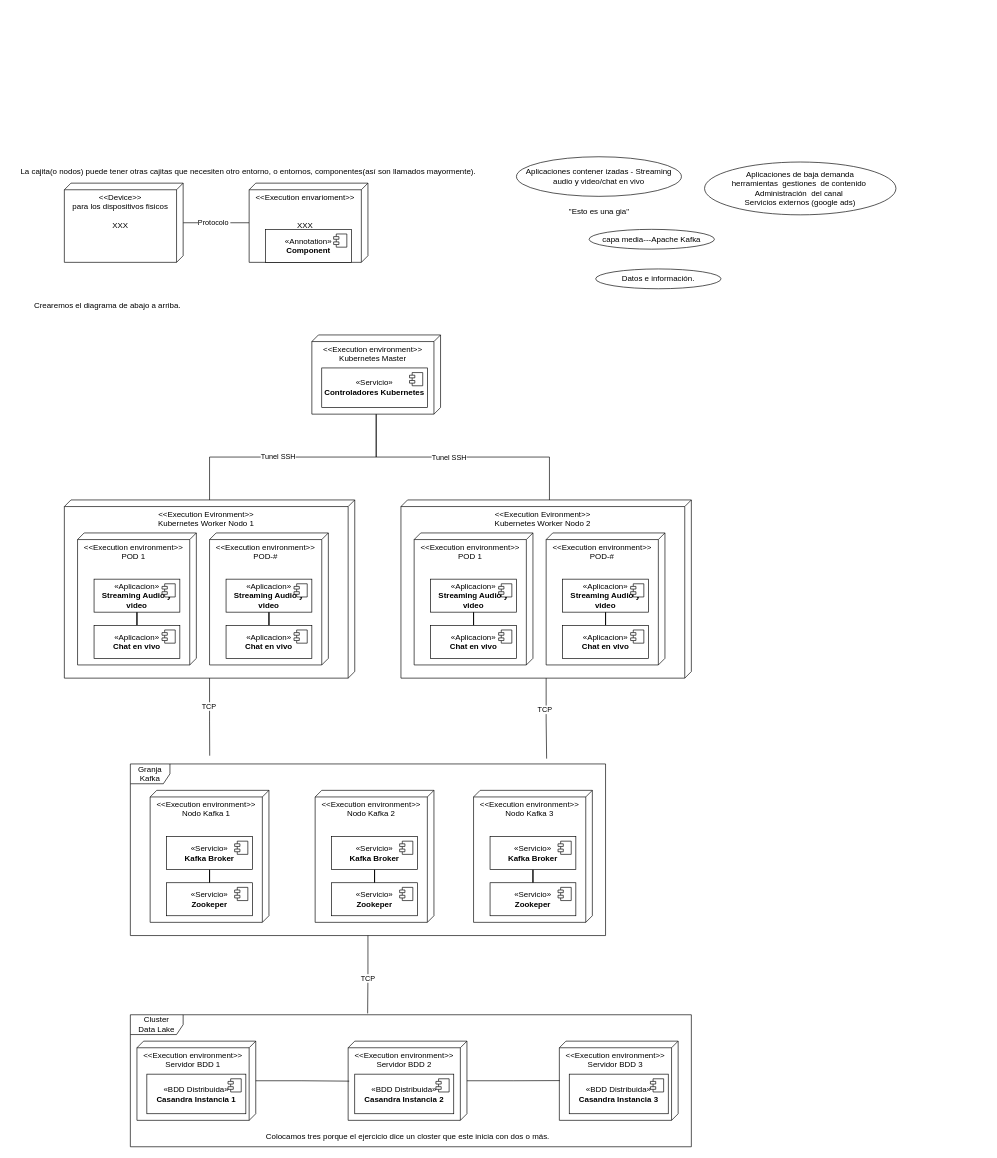
Earlier version of the draw.io diagram Untitled Diagram.drawio (Mundrack/Diagramas-DrawIO). Source tidied: cells renumbered, new cells numbered last; positions are measured from the earlier drawing's top-left corner, leaving out a move shared by most shapes. Both pictures are drawn from the tidied source at 66%, with x=0, y=0 at pixel (11, 156).
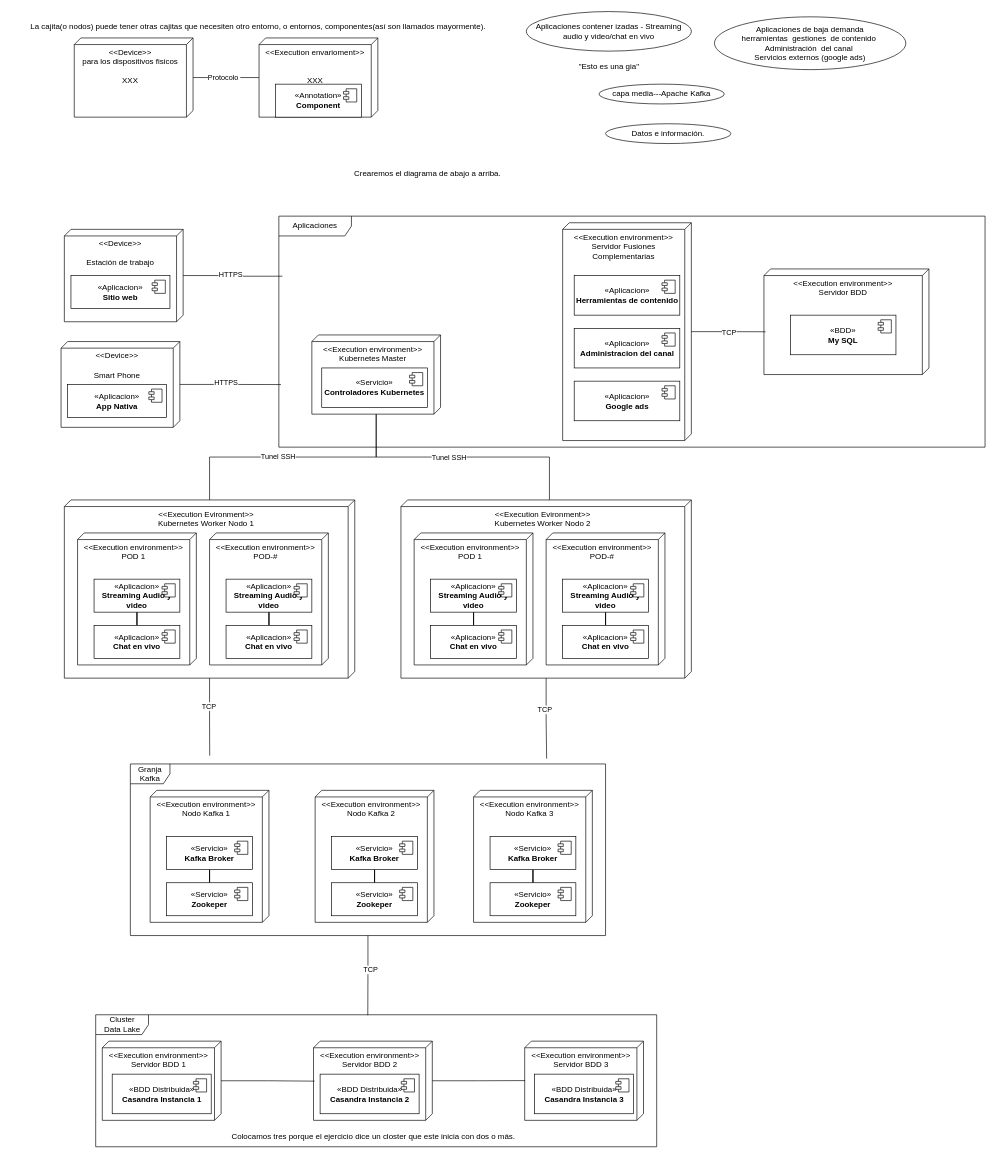
The same page after the edit.

Unchanged cells that the change refers to:
```xml
<mxCell id="45" value="Granja Kafka" style="shape=umlFrame;whiteSpace=wrap;html=1;" parent="1" vertex="1">
  <mxGeometry x="180" y="920" width="720" height="260" as="geometry" />
</mxCell>
```

What changed in the source:
```diff
@@
     <mxCell id="4" value="&amp;lt;&amp;lt;Device&amp;gt;&amp;gt;&lt;div&gt;para los dispositivos fisicos&lt;/div&gt;&lt;div&gt;&lt;br&gt;&lt;/div&gt;&lt;div&gt;XXX&lt;/div&gt;&lt;div&gt;&lt;br&gt;&lt;/div&gt;" style="verticalAlign=top;align=center;spacingTop=8;spacingLeft=2;spacingRight=12;shape=cube;size=10;direction=south;fontStyle=0;html=1;whiteSpace=wrap;" parent="1" vertex="1">
-      <mxGeometry x="80" y="40" width="180" height="120" as="geometry" />
+      <mxGeometry x="95" y="-180" width="180" height="120" as="geometry" />
     </mxCell>
     <mxCell id="5" value="&amp;lt;&amp;lt;Execution envarioment&amp;gt;&amp;gt;&lt;div&gt;&lt;br&gt;&lt;/div&gt;&lt;div&gt;&lt;br&gt;&lt;/div&gt;&lt;div&gt;XXX&lt;/div&gt;" style="verticalAlign=top;align=center;spacingTop=8;spacingLeft=2;spacingRight=12;shape=cube;size=10;direction=south;fontStyle=0;html=1;whiteSpace=wrap;" parent="1" vertex="1">
-      <mxGeometry x="360" y="40" width="180" height="120" as="geometry" />
+      <mxGeometry x="375" y="-180" width="180" height="120" as="geometry" />
     </mxCell>
     <mxCell id="6" value="La cajita(o nodos) puede tener otras cajitas que necesiten otro entorno, o entornos, componentes(así son llamados mayormente).&amp;nbsp;" style="text;html=1;align=center;verticalAlign=middle;strokeColor=none;fillColor=none;" parent="1" vertex="1">
-      <mxGeometry y="8" width="720" height="30" as="geometry" />
+      <mxGeometry x="15" y="-212" width="720" height="30" as="geometry" />
     </mxCell>
     <mxCell id="7" value="&amp;laquo;Annotation&amp;raquo;&lt;br/&gt;&lt;b&gt;Component&lt;/b&gt;" style="html=1;whiteSpace=wrap;" parent="1" vertex="1">
-      <mxGeometry x="385" y="110" width="130" height="50" as="geometry" />
+      <mxGeometry x="400" y="-110" width="130" height="50" as="geometry" />
     </mxCell>
@@
     <mxCell id="9" value="Datos e información." style="ellipse;whiteSpace=wrap;html=1;" parent="1" vertex="1">
-      <mxGeometry x="885" y="170" width="190" height="30" as="geometry" />
+      <mxGeometry x="900" y="-50" width="190" height="30" as="geometry" />
     </mxCell>
     <mxCell id="10" value="capa media---Apache Kafka" style="ellipse;whiteSpace=wrap;html=1;" parent="1" vertex="1">
-      <mxGeometry x="875" y="110" width="190" height="30" as="geometry" />
+      <mxGeometry x="890" y="-110" width="190" height="30" as="geometry" />
     </mxCell>
     <mxCell id="11" value="Aplicaciones contener izadas - Streaming audio y video/chat en vivo" style="ellipse;whiteSpace=wrap;html=1;" parent="1" vertex="1">
-      <mxGeometry x="765" width="250" height="60" as="geometry" />
+      <mxGeometry x="780" y="-220" width="250" height="60" as="geometry" />
     </mxCell>
     <mxCell id="12" value="Aplicaciones de baja demanda&lt;div&gt;herramientas&amp;nbsp; gestiones&amp;nbsp; de contenido&amp;nbsp;&lt;/div&gt;&lt;div&gt;Administración&amp;nbsp; del canal&amp;nbsp;&lt;/div&gt;&lt;div&gt;Servicios externos (google ads)&lt;/div&gt;" style="ellipse;whiteSpace=wrap;html=1;" parent="1" vertex="1">
-      <mxGeometry x="1050" y="8" width="290" height="80" as="geometry" />
+      <mxGeometry x="1065" y="-212" width="290" height="80" as="geometry" />
     </mxCell>
     <mxCell id="13" value="Crearemos el diagrama de abajo a arriba." style="text;html=1;align=center;verticalAlign=middle;strokeColor=none;fillColor=none;" parent="1" vertex="1">
-      <mxGeometry x="20" y="210" width="250" height="30" as="geometry" />
+      <mxGeometry x="505" y="10" width="250" height="30" as="geometry" />
     </mxCell>
     <mxCell id="14" value="&amp;lt;&amp;lt;Execution environment&amp;gt;&amp;gt;&lt;div&gt;&lt;div&gt;Servidor BDD 1&lt;/div&gt;&lt;/div&gt;" style="verticalAlign=top;align=center;spacingTop=8;spacingLeft=2;spacingRight=12;shape=cube;size=10;direction=south;fontStyle=0;html=1;whiteSpace=wrap;" parent="1" vertex="1">
-      <mxGeometry x="190" y="1340" width="180" height="120" as="geometry" />
+      <mxGeometry x="137.5" y="1340" width="180" height="120" as="geometry" />
     </mxCell>
     <mxCell id="15" value="«BDD Distribuida»&lt;br&gt;&lt;b&gt;Casandra Instancia 1&lt;/b&gt;" style="html=1;whiteSpace=wrap;" parent="1" vertex="1">
-      <mxGeometry x="205" y="1390" width="150" height="60" as="geometry" />
+      <mxGeometry x="152.5" y="1390" width="150" height="60" as="geometry" />
     </mxCell>
@@
     <mxCell id="17" value="&amp;lt;&amp;lt;Execution environment&amp;gt;&amp;gt;&lt;div&gt;&lt;div&gt;Servidor BDD 2&lt;/div&gt;&lt;/div&gt;" style="verticalAlign=top;align=center;spacingTop=8;spacingLeft=2;spacingRight=12;shape=cube;size=10;direction=south;fontStyle=0;html=1;whiteSpace=wrap;" parent="1" vertex="1">
-      <mxGeometry x="510" y="1340" width="180" height="120" as="geometry" />
+      <mxGeometry x="457.5" y="1340" width="180" height="120" as="geometry" />
     </mxCell>
     <mxCell id="18" value="«BDD Distribuida»&lt;br&gt;&lt;b&gt;Casandra Instancia 2&lt;/b&gt;" style="html=1;whiteSpace=wrap;" parent="1" vertex="1">
-      <mxGeometry x="520" y="1390" width="150" height="60" as="geometry" />
+      <mxGeometry x="467.5" y="1390" width="150" height="60" as="geometry" />
     </mxCell>
@@
     <mxCell id="20" value="&amp;lt;&amp;lt;Execution environment&amp;gt;&amp;gt;&lt;div&gt;&lt;div&gt;Servidor BDD 3&lt;/div&gt;&lt;/div&gt;" style="verticalAlign=top;align=center;spacingTop=8;spacingLeft=2;spacingRight=12;shape=cube;size=10;direction=south;fontStyle=0;html=1;whiteSpace=wrap;" parent="1" vertex="1">
-      <mxGeometry x="830" y="1340" width="180" height="120" as="geometry" />
+      <mxGeometry x="777.5" y="1340" width="180" height="120" as="geometry" />
     </mxCell>
     <mxCell id="21" value="«BDD Distribuida»&lt;br&gt;&lt;b&gt;Casandra Instancia 3&lt;/b&gt;" style="html=1;whiteSpace=wrap;" parent="1" vertex="1">
-      <mxGeometry x="845" y="1390" width="150" height="60" as="geometry" />
+      <mxGeometry x="792.5" y="1390" width="150" height="60" as="geometry" />
     </mxCell>
@@
     <mxCell id="25" value="Colocamos tres porque el ejercicio dice un closter que este inicia con dos o más." style="text;html=1;align=center;verticalAlign=middle;strokeColor=none;fillColor=none;" parent="1" vertex="1">
-      <mxGeometry x="375" y="1470" width="450" height="30" as="geometry" />
+      <mxGeometry x="322.5" y="1470" width="450" height="30" as="geometry" />
     </mxCell>
     <mxCell id="26" value="Cluster&lt;div&gt;Data Lake&lt;/div&gt;" style="shape=umlFrame;whiteSpace=wrap;html=1;width=80;height=30;" parent="1" vertex="1">
-      <mxGeometry x="180" y="1300" width="850" height="200" as="geometry" />
+      <mxGeometry x="127.5" y="1300" width="850" height="200" as="geometry" />
     </mxCell>
@@
-    <mxCell id="46" style="edgeStyle=orthogonalEdgeStyle;rounded=0;jettySize=auto;html=1;entryX=0.423;entryY=-0.01;entryDx=0;entryDy=0;entryPerimeter=0;endArrow=none;endFill=0;" parent="1" edge="1" source="45" target="26">
-      <mxGeometry relative="1" as="geometry" />
-    </mxCell>
-    <mxCell id="47" value="TCP" style="edgeLabel;html=1;align=center;verticalAlign=middle;" parent="46" vertex="1">
-      <mxGeometry x="0.09" relative="1" as="geometry" />
-    </mxCell>
@@
     <mxCell id="81" value="&quot;Esto es una gia&quot;" style="text;html=1;align=center;verticalAlign=middle;strokeColor=none;fillColor=none;" parent="1" vertex="1">
-      <mxGeometry x="835" y="68" width="110" height="30" as="geometry" />
+      <mxGeometry x="850" y="-152" width="110" height="30" as="geometry" />
     </mxCell>
@@
+    <mxCell id="86" value="&amp;lt;&amp;lt;Execution environment&amp;gt;&amp;gt;&lt;div&gt;Servidor Fusiones Complementarias&lt;/div&gt;&lt;div&gt;&lt;br&gt;&lt;/div&gt;" style="verticalAlign=top;align=center;spacingTop=8;spacingLeft=2;spacingRight=12;shape=cube;size=10;direction=south;fontStyle=0;html=1;whiteSpace=wrap;" parent="1" vertex="1">
+      <mxGeometry x="835" y="100" width="195" height="330" as="geometry" />
+    </mxCell>
+    <mxCell id="87" value="«Aplicacion»&lt;br&gt;&lt;b&gt;Herramientas de contenido&lt;/b&gt;" style="html=1;whiteSpace=wrap;" parent="1" vertex="1">
+      <mxGeometry x="852.5" y="180" width="160" height="60" as="geometry" />
+    </mxCell>
+    <mxCell id="88" style="shape=module;jettyWidth=8;jettyHeight=4;" parent="87" vertex="1">
+      <mxGeometry x="1" width="20" height="20" relative="1" as="geometry">
+        <mxPoint x="-27" y="7" as="offset" />
+      </mxGeometry>
+    </mxCell>
+    <mxCell id="89" value="«Aplicacion»&lt;br&gt;&lt;b&gt;Administracion del canal&lt;/b&gt;" style="html=1;whiteSpace=wrap;" parent="1" vertex="1">
+      <mxGeometry x="852.5" y="260" width="160" height="60" as="geometry" />
+    </mxCell>
+    <mxCell id="90" style="shape=module;jettyWidth=8;jettyHeight=4;" parent="89" vertex="1">
+      <mxGeometry x="1" width="20" height="20" relative="1" as="geometry">
+        <mxPoint x="-27" y="7" as="offset" />
+      </mxGeometry>
+    </mxCell>
+    <mxCell id="91" value="«Aplicacion»&lt;br&gt;&lt;b&gt;Google ads&lt;/b&gt;" style="html=1;whiteSpace=wrap;" parent="1" vertex="1">
+      <mxGeometry x="852.5" y="340" width="160" height="60" as="geometry" />
+    </mxCell>
+    <mxCell id="92" style="shape=module;jettyWidth=8;jettyHeight=4;" parent="91" vertex="1">
+      <mxGeometry x="1" width="20" height="20" relative="1" as="geometry">
+        <mxPoint x="-27" y="7" as="offset" />
+      </mxGeometry>
+    </mxCell>
+    <mxCell id="93" value="&amp;lt;&amp;lt;Execution environment&amp;gt;&amp;gt;&lt;div&gt;Servidor BDD&lt;/div&gt;" style="verticalAlign=top;align=center;spacingTop=8;spacingLeft=2;spacingRight=12;shape=cube;size=10;direction=south;fontStyle=0;html=1;whiteSpace=wrap;" parent="1" vertex="1">
+      <mxGeometry x="1140" y="170" width="250" height="160" as="geometry" />
+    </mxCell>
+    <mxCell id="94" value="«BDD»&lt;br&gt;&lt;b&gt;My SQL&lt;/b&gt;" style="html=1;whiteSpace=wrap;" parent="1" vertex="1">
+      <mxGeometry x="1180" y="240" width="160" height="60" as="geometry" />
+    </mxCell>
+    <mxCell id="95" style="shape=module;jettyWidth=8;jettyHeight=4;" parent="94" vertex="1">
+      <mxGeometry x="1" width="20" height="20" relative="1" as="geometry">
+        <mxPoint x="-27" y="7" as="offset" />
+      </mxGeometry>
+    </mxCell>
+    <mxCell id="96" style="edgeStyle=orthogonalEdgeStyle;rounded=0;jettySize=auto;html=1;entryX=0.595;entryY=0.99;entryDx=0;entryDy=0;entryPerimeter=0;endArrow=none;endFill=0;" parent="1" edge="1" source="86" target="93">
+      <mxGeometry relative="1" as="geometry" />
+    </mxCell>
+    <mxCell id="97" value="TCP" style="edgeLabel;html=1;align=center;verticalAlign=middle;" parent="96" vertex="1">
+      <mxGeometry x="0.01" y="-1" relative="1" as="geometry" />
+    </mxCell>
+    <mxCell id="98" value="&amp;lt;&amp;lt;Device&amp;gt;&amp;gt;&lt;div&gt;&lt;br&gt;&lt;/div&gt;&lt;div&gt;Estación de trabajo&lt;/div&gt;&lt;div&gt;&lt;br&gt;&lt;/div&gt;" style="verticalAlign=top;align=center;spacingTop=8;spacingLeft=2;spacingRight=12;shape=cube;size=10;direction=south;fontStyle=0;html=1;whiteSpace=wrap;" parent="1" vertex="1">
+      <mxGeometry x="80" y="110" width="180" height="140" as="geometry" />
+    </mxCell>
+    <mxCell id="99" value="Aplicaciones" style="shape=umlFrame;whiteSpace=wrap;html=1;width=110;height=30;" parent="1" vertex="1">
+      <mxGeometry x="405" y="90" width="1070" height="350" as="geometry" />
+    </mxCell>
+    <mxCell id="100" value="&amp;lt;&amp;lt;Device&amp;gt;&amp;gt;&lt;div&gt;&lt;br&gt;&lt;/div&gt;&lt;div&gt;Smart Phone&lt;/div&gt;&lt;div&gt;&lt;br&gt;&lt;/div&gt;" style="verticalAlign=top;align=center;spacingTop=8;spacingLeft=2;spacingRight=12;shape=cube;size=10;direction=south;fontStyle=0;html=1;whiteSpace=wrap;" parent="1" vertex="1">
+      <mxGeometry x="75" y="280" width="180" height="130" as="geometry" />
+    </mxCell>
+    <mxCell id="101" value="«Aplicacion»&lt;br&gt;&lt;b&gt;Sitio web&lt;/b&gt;" style="html=1;whiteSpace=wrap;" parent="1" vertex="1">
+      <mxGeometry x="90" y="180" width="150" height="50" as="geometry" />
+    </mxCell>
+    <mxCell id="102" style="shape=module;jettyWidth=8;jettyHeight=4;" parent="101" vertex="1">
+      <mxGeometry x="1" width="20" height="20" relative="1" as="geometry">
+        <mxPoint x="-27" y="7" as="offset" />
+      </mxGeometry>
+    </mxCell>
+    <mxCell id="103" value="«Aplicacion»&lt;br&gt;&lt;b&gt;App Nativa&lt;/b&gt;" style="html=1;whiteSpace=wrap;" parent="1" vertex="1">
+      <mxGeometry x="85" y="345" width="150" height="50" as="geometry" />
+    </mxCell>
+    <mxCell id="104" style="shape=module;jettyWidth=8;jettyHeight=4;" parent="103" vertex="1">
+      <mxGeometry x="1" width="20" height="20" relative="1" as="geometry">
+        <mxPoint x="-27" y="7" as="offset" />
+      </mxGeometry>
+    </mxCell>
+    <mxCell id="105" style="edgeStyle=orthogonalEdgeStyle;rounded=0;jettySize=auto;html=1;entryX=0.005;entryY=0.26;entryDx=0;entryDy=0;entryPerimeter=0;endArrow=none;endFill=0;" parent="1" edge="1" source="98" target="99">
+      <mxGeometry relative="1" as="geometry" />
+    </mxCell>
+    <mxCell id="106" value="HTTPS" style="edgeLabel;html=1;align=center;verticalAlign=middle;" parent="105" vertex="1">
+      <mxGeometry x="-0.06" y="2" relative="1" as="geometry" />
+    </mxCell>
+    <mxCell id="107" style="edgeStyle=orthogonalEdgeStyle;rounded=0;jettySize=auto;html=1;entryX=0.003;entryY=0.729;entryDx=0;entryDy=0;entryPerimeter=0;endArrow=none;endFill=0;" parent="1" edge="1" source="100" target="99">
+      <mxGeometry relative="1" as="geometry" />
+    </mxCell>
+    <mxCell id="108" value="HTTPS" style="edgeLabel;html=1;align=center;verticalAlign=middle;" parent="107" vertex="1">
+      <mxGeometry x="-0.09" y="3" relative="1" as="geometry">
+        <mxPoint x="-1" as="offset" />
+      </mxGeometry>
+    </mxCell>
+    <mxCell id="46" style="edgeStyle=orthogonalEdgeStyle;rounded=0;jettySize=auto;html=1;entryX=0.485;entryY=0.004;entryDx=0;entryDy=0;entryPerimeter=0;endArrow=none;endFill=0;" parent="1" edge="1" source="45" target="26">
+      <mxGeometry relative="1" as="geometry" />
+    </mxCell>
+    <mxCell id="109" value="TCP" style="edgeLabel;html=1;align=center;verticalAlign=middle;" parent="46" vertex="1">
+      <mxGeometry x="-0.14" y="3" relative="1" as="geometry">
+        <mxPoint y="-1" as="offset" />
+      </mxGeometry>
+    </mxCell>
```
